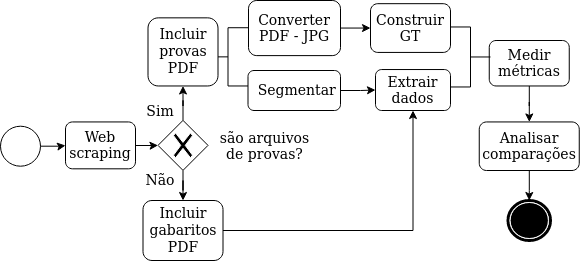
Above: Untitled Diagram.png in karinawie/process-diagram (draw.io), before the change. Source tidied: cells renumbered, new cells last; positions are measured from the earlier drawing's top-left corner, leaving out a move shared by most shapes.
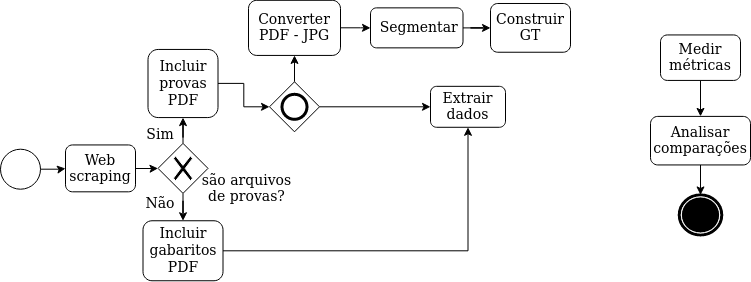
After the change.

What changed in the source:
```diff
@@ -9,43 +9,43 @@
       <mxGeometry x="65" y="121.4" width="70" height="46.9" as="geometry" />
     </mxCell>
     <mxCell id="4" value="&lt;font style=&quot;font-size: 14px&quot;&gt;&lt;font style=&quot;font-size: 14px&quot;&gt;Extrair dados&lt;/font&gt;&lt;br&gt;&lt;/font&gt;" style="html=1;whiteSpace=wrap;rounded=1;" parent="1" vertex="1">
-      <mxGeometry x="375" y="69" width="75" height="41" as="geometry" />
+      <mxGeometry x="430" y="62.8" width="75" height="41" as="geometry" />
     </mxCell>
     <mxCell id="5" value="&lt;font style=&quot;font-size: 14px&quot;&gt;Construir GT &lt;/font&gt;" style="html=1;whiteSpace=wrap;rounded=1;" parent="1" vertex="1">
-      <mxGeometry x="370" y="3.2" width="80" height="48.8" as="geometry" />
+      <mxGeometry x="490" y="-20" width="80" height="48.8" as="geometry" />
     </mxCell>
-    <mxCell id="6" style="edgeStyle=orthogonalEdgeStyle;rounded=0;jettySize=auto;html=1;entryX=0;entryY=0.5;entryDx=0;entryDy=0;" parent="1" edge="1" source="7" target="4">
-      <mxGeometry relative="1" as="geometry" />
-    </mxCell>
+    <mxCell id="28" style="edgeStyle=orthogonalEdgeStyle;rounded=0;jettySize=auto;html=1;" parent="1" edge="1" source="7" target="5">
+      <mxGeometry relative="1" as="geometry" />
+    </mxCell>
     <mxCell id="7" value="&lt;div&gt;&lt;font style=&quot;font-size: 14px&quot;&gt;&amp;nbsp;Segmentar&lt;/font&gt;&lt;/div&gt;" style="shape=ext;rounded=1;html=1;whiteSpace=wrap;" parent="1" vertex="1">
-      <mxGeometry x="247.5" y="70" width="92.5" height="40" as="geometry" />
+      <mxGeometry x="370" y="-15.6" width="92.5" height="40" as="geometry" />
     </mxCell>
-    <mxCell id="8" style="html=1;shape=mxgraph.flowchart.annotation_2;align=left;labelPosition=right;" parent="1" vertex="1">
-      <mxGeometry x="207.5" y="27.2" width="40" height="58.2" as="geometry" />
-    </mxCell>
     <mxCell id="9" style="edgeStyle=orthogonalEdgeStyle;rounded=0;jettySize=auto;html=1;" parent="1" edge="1" source="10" target="27">
       <mxGeometry relative="1" as="geometry" />
     </mxCell>
     <mxCell id="10" value="&lt;font style=&quot;font-size: 14px&quot;&gt;Medir métricas&lt;/font&gt;" style="html=1;whiteSpace=wrap;rounded=1;" parent="1" vertex="1">
-      <mxGeometry x="488.8" y="40" width="80" height="45.5" as="geometry" />
+      <mxGeometry x="660" y="11.4" width="80" height="45.5" as="geometry" />
     </mxCell>
-    <mxCell id="11" style="edgeStyle=orthogonalEdgeStyle;rounded=0;jettySize=auto;html=1;exitX=1;exitY=0.5;exitDx=0;exitDy=0;entryX=0;entryY=0.5;entryDx=0;entryDy=0;" parent="1" edge="1" source="12" target="5">
-      <mxGeometry relative="1" as="geometry" />
-    </mxCell>
+    <mxCell id="29" style="edgeStyle=orthogonalEdgeStyle;rounded=0;jettySize=auto;html=1;" parent="1" edge="1" source="12" target="7">
+      <mxGeometry relative="1" as="geometry" />
+    </mxCell>
     <mxCell id="12" value="&lt;font style=&quot;font-size: 14px&quot;&gt;Converter PDF - JPG&lt;/font&gt;" style="html=1;whiteSpace=wrap;rounded=1;" parent="1" vertex="1">
-      <mxGeometry x="248" width="92" height="55.1" as="geometry" />
+      <mxGeometry x="248" y="-23.2" width="92" height="55.1" as="geometry" />
     </mxCell>
     <mxCell id="13" style="shape=mxgraph.bpmn.shape;html=1;verticalLabelPosition=bottom;labelBackgroundColor=#ffffff;verticalAlign=top;align=center;perimeter=ellipsePerimeter;outlineConnect=0;outline=end;symbol=terminate;" parent="1" vertex="1">
-      <mxGeometry x="507.5" y="200" width="42.5" height="40" as="geometry" />
+      <mxGeometry x="678.8" y="171.4" width="42.5" height="40" as="geometry" />
     </mxCell>
+    <mxCell id="30" style="edgeStyle=orthogonalEdgeStyle;rounded=0;jettySize=auto;html=1;" parent="1" edge="1" source="14" target="33">
+      <mxGeometry relative="1" as="geometry" />
+    </mxCell>
     <mxCell id="14" value="&lt;font style=&quot;font-size: 14px&quot;&gt;Incluir provas PDF&lt;br&gt;&lt;/font&gt;" style="shape=ext;rounded=1;html=1;whiteSpace=wrap;" parent="1" vertex="1">
-      <mxGeometry x="147.5" y="17.3" width="70" height="68.1" as="geometry" />
+      <mxGeometry x="147.5" y="25.9" width="70" height="68.1" as="geometry" />
     </mxCell>
     <mxCell id="15" style="edgeStyle=orthogonalEdgeStyle;rounded=0;jettySize=auto;html=1;entryX=0.5;entryY=1;entryDx=0;entryDy=0;" parent="1" edge="1" source="16" target="4">
       <mxGeometry relative="1" as="geometry" />
     </mxCell>
     <mxCell id="16" value="&lt;font style=&quot;font-size: 14px&quot;&gt;Incluir gabaritos PDF&lt;/font&gt;" style="shape=ext;rounded=1;html=1;whiteSpace=wrap;" parent="1" vertex="1">
-      <mxGeometry x="142.5" y="200" width="80" height="60" as="geometry" />
+      <mxGeometry x="142.5" y="197.3" width="80" height="60" as="geometry" />
     </mxCell>
     <mxCell id="17" style="edgeStyle=orthogonalEdgeStyle;rounded=0;jettySize=auto;html=1;" parent="1" edge="1" source="19" target="14">
       <mxGeometry relative="1" as="geometry" />
@@ -57,7 +57,7 @@
       <mxGeometry x="157.5" y="119.9" width="50" height="50" as="geometry" />
     </mxCell>
     <mxCell id="20" value="&lt;font style=&quot;font-size: 14px&quot;&gt;são arquivos de provas?&lt;/font&gt;" style="text;html=1;strokeColor=none;fillColor=none;align=center;verticalAlign=middle;whiteSpace=wrap;rounded=0;" parent="1" vertex="1">
-      <mxGeometry x="207.5" y="140.7" width="112.5" height="10" as="geometry" />
+      <mxGeometry x="190" y="160" width="112.5" height="10" as="geometry" />
     </mxCell>
     <mxCell id="21" value="&lt;font style=&quot;font-size: 14px&quot;&gt;Sim&lt;/font&gt;" style="text;html=1;strokeColor=none;fillColor=none;align=center;verticalAlign=middle;whiteSpace=wrap;rounded=0;" parent="1" vertex="1">
       <mxGeometry x="140" y="101.4" width="40" height="20" as="geometry" />
@@ -65,9 +65,6 @@
     <mxCell id="22" value="&lt;div&gt;&lt;font style=&quot;font-size: 14px&quot;&gt;Não&lt;/font&gt;&lt;/div&gt;" style="text;html=1;strokeColor=none;fillColor=none;align=center;verticalAlign=middle;whiteSpace=wrap;rounded=0;" parent="1" vertex="1">
       <mxGeometry x="140" y="170" width="40" height="20" as="geometry" />
     </mxCell>
-    <mxCell id="23" style="html=1;shape=mxgraph.flowchart.annotation_2;align=left;labelPosition=right;direction=west;" parent="1" vertex="1">
-      <mxGeometry x="450" y="26.5" width="40" height="60" as="geometry" />
-    </mxCell>
     <mxCell id="24" style="edgeStyle=orthogonalEdgeStyle;rounded=0;jettySize=auto;html=1;" parent="1" edge="1" source="25" target="3">
       <mxGeometry relative="1" as="geometry" />
     </mxCell>
@@ -78,7 +75,16 @@
       <mxGeometry relative="1" as="geometry" />
     </mxCell>
     <mxCell id="27" value="&lt;div&gt;&lt;font style=&quot;font-size: 14px&quot;&gt;Analisar comparações&lt;/font&gt;&lt;/div&gt;" style="html=1;whiteSpace=wrap;rounded=1;" parent="1" vertex="1">
-      <mxGeometry x="478.8" y="121.4" width="100" height="48.5" as="geometry" />
+      <mxGeometry x="650" y="92.9" width="100" height="48.5" as="geometry" />
     </mxCell>
+    <mxCell id="31" style="edgeStyle=orthogonalEdgeStyle;rounded=0;jettySize=auto;html=1;" parent="1" edge="1" source="33" target="12">
+      <mxGeometry relative="1" as="geometry" />
+    </mxCell>
+    <mxCell id="32" style="edgeStyle=orthogonalEdgeStyle;rounded=0;jettySize=auto;html=1;" parent="1" edge="1" source="33" target="4">
+      <mxGeometry relative="1" as="geometry" />
+    </mxCell>
+    <mxCell id="33" style="shape=mxgraph.bpmn.shape;html=1;verticalLabelPosition=bottom;labelBackgroundColor=#ffffff;verticalAlign=top;align=center;perimeter=rhombusPerimeter;background=gateway;outlineConnect=0;outline=end;symbol=general;" parent="1" vertex="1">
+      <mxGeometry x="269" y="58.3" width="50" height="50" as="geometry" />
+    </mxCell>
   </root>
 </mxGraphModel>
```
